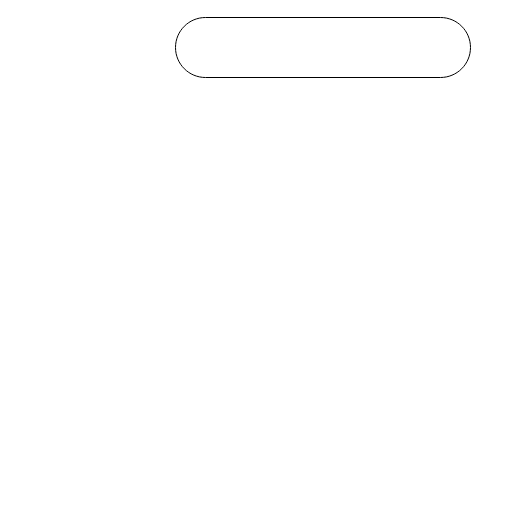
Before: doc/Week8Assignment.drawio in RedjaderCode/redjader, a draw.io diagram. Source tidied: cells renumbered, new cells numbered last; positions are measured from the earlier drawing's top-left corner, leaving out a move shared by most shapes. Both pictures are drawn from the tidied source at 100%, with x=0, y=0 at pixel (175, 17).
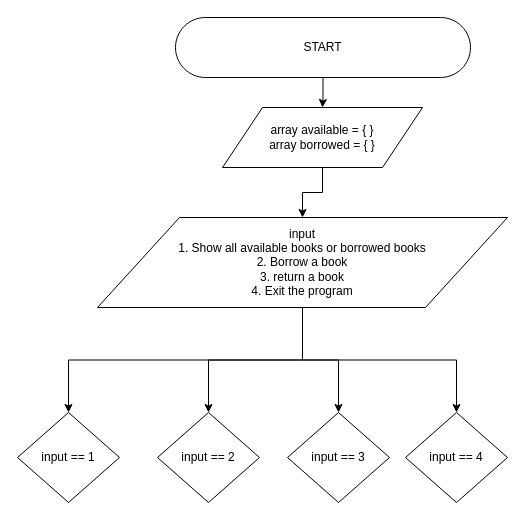
The same page after the edit.

Diff of the diagram source:
```diff
@@
 <mxGraphModel>
   <root>
     <mxCell id="0" />
     <mxCell id="1" parent="0" />
+    <mxCell id="3" style="edgeStyle=orthogonalEdgeStyle;rounded=0;jettySize=auto;html=1;" parent="1" edge="1" source="2" target="5">
+      <mxGeometry relative="1" as="geometry" />
+    </mxCell>
-    <mxCell id="2" style="html=1;dashed=0;whiteSpace=wrap;shape=mxgraph.dfd.start;" parent="1" vertex="1">
+    <mxCell id="2" value="START" style="html=1;dashed=0;whiteSpace=wrap;shape=mxgraph.dfd.start;" parent="1" vertex="1">
       <mxGeometry width="295" height="60" as="geometry" />
     </mxCell>
+    <mxCell id="4" style="edgeStyle=orthogonalEdgeStyle;rounded=0;jettySize=auto;html=1;" parent="1" edge="1" source="5" target="10">
+      <mxGeometry relative="1" as="geometry" />
+    </mxCell>
+    <mxCell id="5" value="array available = { }&lt;div&gt;array borrowed = { }&lt;/div&gt;" style="shape=parallelogram;perimeter=parallelogramPerimeter;whiteSpace=wrap;html=1;dashed=0;" parent="1" vertex="1">
+      <mxGeometry x="47" y="90" width="200" height="60" as="geometry" />
+    </mxCell>
+    <mxCell id="6" style="edgeStyle=orthogonalEdgeStyle;rounded=0;jettySize=auto;html=1;" parent="1" edge="1" source="10" target="13">
+      <mxGeometry relative="1" as="geometry" />
+    </mxCell>
+    <mxCell id="7" style="edgeStyle=orthogonalEdgeStyle;rounded=0;jettySize=auto;html=1;exitX=0.5;exitY=1;exitDx=0;exitDy=0;entryX=0.5;entryY=0;entryDx=0;entryDy=0;" parent="1" edge="1" source="10" target="12">
+      <mxGeometry relative="1" as="geometry" />
+    </mxCell>
+    <mxCell id="8" style="edgeStyle=orthogonalEdgeStyle;rounded=0;jettySize=auto;html=1;exitX=0.5;exitY=1;exitDx=0;exitDy=0;entryX=0.5;entryY=0;entryDx=0;entryDy=0;" parent="1" edge="1" source="10" target="11">
+      <mxGeometry relative="1" as="geometry" />
+    </mxCell>
+    <mxCell id="9" style="edgeStyle=orthogonalEdgeStyle;rounded=0;jettySize=auto;html=1;exitX=0.5;exitY=1;exitDx=0;exitDy=0;entryX=0.5;entryY=0;entryDx=0;entryDy=0;" parent="1" edge="1" source="10" target="14">
+      <mxGeometry relative="1" as="geometry" />
+    </mxCell>
+    <mxCell id="10" value="input&lt;div&gt;1. Show all available books or borrowed books&lt;/div&gt;&lt;div&gt;2. Borrow a book&lt;/div&gt;&lt;div&gt;3. return a book&lt;/div&gt;&lt;div&gt;4. Exit the program&lt;/div&gt;" style="shape=parallelogram;perimeter=parallelogramPerimeter;whiteSpace=wrap;html=1;dashed=0;" parent="1" vertex="1">
+      <mxGeometry x="-78" y="200" width="410" height="90" as="geometry" />
+    </mxCell>
+    <mxCell id="11" value="input == 1" style="shape=rhombus;html=1;dashed=0;whiteSpace=wrap;perimeter=rhombusPerimeter;" parent="1" vertex="1">
+      <mxGeometry x="-158" y="395" width="102" height="90" as="geometry" />
+    </mxCell>
+    <mxCell id="12" value="input == 2" style="shape=rhombus;html=1;dashed=0;whiteSpace=wrap;perimeter=rhombusPerimeter;" parent="1" vertex="1">
+      <mxGeometry x="-18" y="395" width="102" height="90" as="geometry" />
+    </mxCell>
+    <mxCell id="13" value="input == 3" style="shape=rhombus;html=1;dashed=0;whiteSpace=wrap;perimeter=rhombusPerimeter;" parent="1" vertex="1">
+      <mxGeometry x="112" y="395" width="102" height="90" as="geometry" />
+    </mxCell>
+    <mxCell id="14" value="input == 4" style="shape=rhombus;html=1;dashed=0;whiteSpace=wrap;perimeter=rhombusPerimeter;" parent="1" vertex="1">
+      <mxGeometry x="230" y="395" width="102" height="90" as="geometry" />
+    </mxCell>
   </root>
 </mxGraphModel>
```
